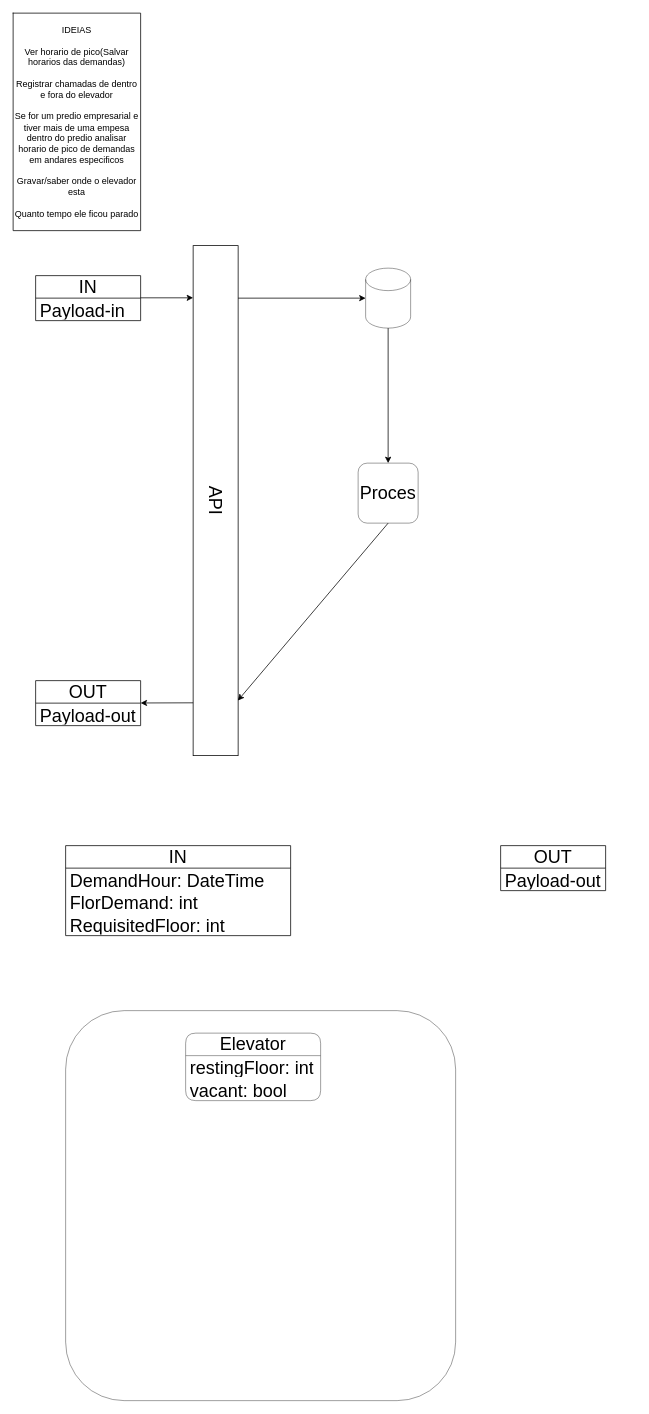
This is architecture.drawio from MateusSpardotto/devtest, a draw.io file, before an edit. Source tidied: cells renumbered, new cells numbered last; positions are measured from the earlier drawing's top-left corner, leaving out a move shared by most shapes. Both pictures are drawn from the tidied source at 75%, with x=0, y=0 at pixel (-40, 13).
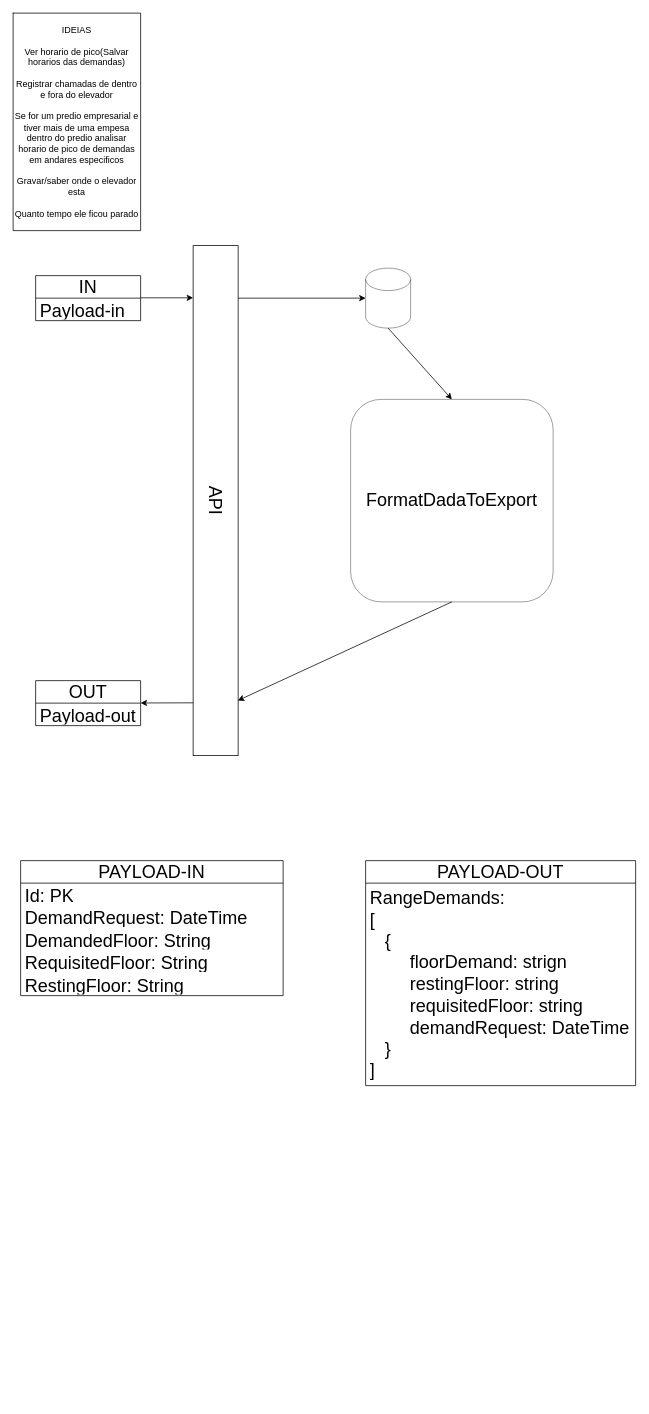
The same diagram, later.

What changed in the source:
```diff
@@
-    <mxCell id="12" value="IN" style="swimlane;fontStyle=0;horizontal=1;startSize=30;whiteSpace=wrap;html=1;fontSize=24;" parent="1" vertex="1">
-      <mxGeometry x="140" y="1110" width="300" height="120" as="geometry" />
+    <mxCell id="12" value="PAYLOAD-IN" style="swimlane;fontStyle=0;horizontal=1;startSize=30;whiteSpace=wrap;html=1;fontSize=24;" parent="1" vertex="1">
+      <mxGeometry x="80" y="1130" width="350" height="180" as="geometry" />
     </mxCell>
+    <mxCell id="27" value="Id: PK" style="text;strokeColor=none;fillColor=none;align=left;verticalAlign=middle;spacingLeft=4;spacingRight=4;overflow=hidden;whiteSpace=wrap;html=1;fontSize=24;" parent="12" vertex="1">
+      <mxGeometry y="30" width="350" height="30" as="geometry" />
+    </mxCell>
-    <mxCell id="13" value="DemandHour: DateTime" style="text;strokeColor=none;fillColor=none;align=left;verticalAlign=middle;spacingLeft=4;spacingRight=4;overflow=hidden;whiteSpace=wrap;html=1;fontSize=24;" parent="12" vertex="1">
-      <mxGeometry y="30" width="300" height="30" as="geometry" />
+    <mxCell id="13" value="DemandRequest: DateTime" style="text;strokeColor=none;fillColor=none;align=left;verticalAlign=middle;spacingLeft=4;spacingRight=4;overflow=hidden;whiteSpace=wrap;html=1;fontSize=24;" parent="12" vertex="1">
+      <mxGeometry y="60" width="350" height="30" as="geometry" />
     </mxCell>
-    <mxCell id="14" value="FlorDemand: int" style="text;strokeColor=none;fillColor=none;align=left;verticalAlign=middle;spacingLeft=4;spacingRight=4;overflow=hidden;whiteSpace=wrap;html=1;fontSize=24;" parent="12" vertex="1">
-      <mxGeometry y="60" width="300" height="30" as="geometry" />
+    <mxCell id="14" value="DemandedFloor: String" style="text;strokeColor=none;fillColor=none;align=left;verticalAlign=middle;spacingLeft=4;spacingRight=4;overflow=hidden;whiteSpace=wrap;html=1;fontSize=24;" parent="12" vertex="1">
+      <mxGeometry y="90" width="350" height="30" as="geometry" />
     </mxCell>
-    <mxCell id="15" value="RequisitedFloor: int" style="text;strokeColor=none;fillColor=none;align=left;verticalAlign=middle;spacingLeft=4;spacingRight=4;overflow=hidden;whiteSpace=wrap;html=1;fontSize=24;" parent="12" vertex="1">
-      <mxGeometry y="90" width="300" height="30" as="geometry" />
+    <mxCell id="15" value="RequisitedFloor: String" style="text;strokeColor=none;fillColor=none;align=left;verticalAlign=middle;spacingLeft=4;spacingRight=4;overflow=hidden;whiteSpace=wrap;html=1;fontSize=24;" parent="12" vertex="1">
+      <mxGeometry y="120" width="350" height="30" as="geometry" />
     </mxCell>
-    <mxCell id="16" value="OUT" style="swimlane;fontStyle=0;horizontal=1;startSize=30;whiteSpace=wrap;html=1;fontSize=24;" parent="1" vertex="1">
-      <mxGeometry x="720" y="1110" width="140" height="60" as="geometry" />
-    </mxCell>
-    <mxCell id="17" value="Payload-out" style="text;strokeColor=none;fillColor=none;align=left;verticalAlign=middle;spacingLeft=4;spacingRight=4;overflow=hidden;whiteSpace=wrap;html=1;fontSize=24;" parent="16" vertex="1">
-      <mxGeometry y="30" width="140" height="30" as="geometry" />
-    </mxCell>
-    <mxCell id="18" style="whiteSpace=wrap;html=1;rounded=1;shadow=0;glass=0;sketch=0;fontSize=24;fillColor=none;opacity=50;" parent="1" vertex="1">
-      <mxGeometry x="140" y="1330" width="520" height="520" as="geometry" />
-    </mxCell>
-    <mxCell id="19" value="Elevator" style="swimlane;fontStyle=0;horizontal=1;startSize=30;whiteSpace=wrap;html=1;rounded=1;shadow=0;glass=0;sketch=0;fontSize=24;fillColor=none;opacity=50;" parent="1" vertex="1">
-      <mxGeometry x="300" y="1360" width="180" height="90" as="geometry" />
-    </mxCell>
-    <mxCell id="20" value="restingFloor: int" style="text;strokeColor=none;fillColor=none;align=left;verticalAlign=middle;spacingLeft=4;spacingRight=4;overflow=hidden;whiteSpace=wrap;html=1;rounded=1;shadow=0;glass=0;sketch=0;fontSize=24;opacity=50;" parent="19" vertex="1">
-      <mxGeometry y="30" width="180" height="30" as="geometry" />
-    </mxCell>
-    <mxCell id="21" value="vacant: bool" style="text;strokeColor=none;fillColor=none;align=left;verticalAlign=middle;spacingLeft=4;spacingRight=4;overflow=hidden;whiteSpace=wrap;html=1;rounded=1;shadow=0;glass=0;sketch=0;fontSize=24;opacity=50;" parent="19" vertex="1">
-      <mxGeometry y="60" width="180" height="30" as="geometry" />
-    </mxCell>
+    <mxCell id="28" value="RestingFloor: String" style="text;strokeColor=none;fillColor=none;align=left;verticalAlign=middle;spacingLeft=4;spacingRight=4;overflow=hidden;whiteSpace=wrap;html=1;fontSize=24;" parent="12" vertex="1">
+      <mxGeometry y="150" width="350" height="30" as="geometry" />
+    </mxCell>
@@
-    <mxCell id="26" value="Proces" style="whiteSpace=wrap;html=1;rounded=1;shadow=0;glass=0;sketch=0;fontSize=24;fillColor=none;opacity=50;" parent="1" vertex="1">
-      <mxGeometry x="530" y="600" width="80" height="80" as="geometry" />
+    <mxCell id="26" value="FormatDadaToExport" style="whiteSpace=wrap;html=1;rounded=1;shadow=0;glass=0;sketch=0;fontSize=24;fillColor=none;opacity=50;" parent="1" vertex="1">
+      <mxGeometry x="520" y="515" width="270" height="270" as="geometry" />
     </mxCell>
+    <mxCell id="29" value="&lt;span style=&quot;font-size: 24px;&quot;&gt;PAYLOAD-OUT&lt;/span&gt;" style="swimlane;fontStyle=0;horizontal=1;startSize=30;whiteSpace=wrap;html=1;" parent="1" vertex="1">
+      <mxGeometry x="540" y="1130" width="360" height="300" as="geometry" />
+    </mxCell>
+    <mxCell id="30" value="&lt;font style=&quot;font-size: 24px;&quot;&gt;RangeDemands:&lt;br&gt;[&lt;br&gt;&amp;nbsp; &amp;nbsp;{&lt;br&gt;&lt;span style=&quot;&quot;&gt;&lt;span style=&quot;white-space: pre;&quot;&gt;&#9;&lt;/span&gt;floorDemand: strign&lt;br&gt;&lt;span style=&quot;white-space: pre;&quot;&gt;&#9;&lt;/span&gt;restingFloor: string&lt;br&gt;&lt;span style=&quot;white-space: pre;&quot;&gt;&#9;&lt;/span&gt;requisitedFloor: string&lt;br&gt;&lt;span style=&quot;white-space: pre;&quot;&gt;&#9;&lt;/span&gt;demandRequest: DateTime&lt;br&gt;&lt;/span&gt;&amp;nbsp; &amp;nbsp;}&lt;br&gt;]&lt;/font&gt;" style="text;strokeColor=none;fillColor=none;align=left;verticalAlign=middle;spacingLeft=4;spacingRight=4;overflow=hidden;whiteSpace=wrap;html=1;" parent="29" vertex="1">
+      <mxGeometry y="30" width="360" height="270" as="geometry" />
+    </mxCell>
```
